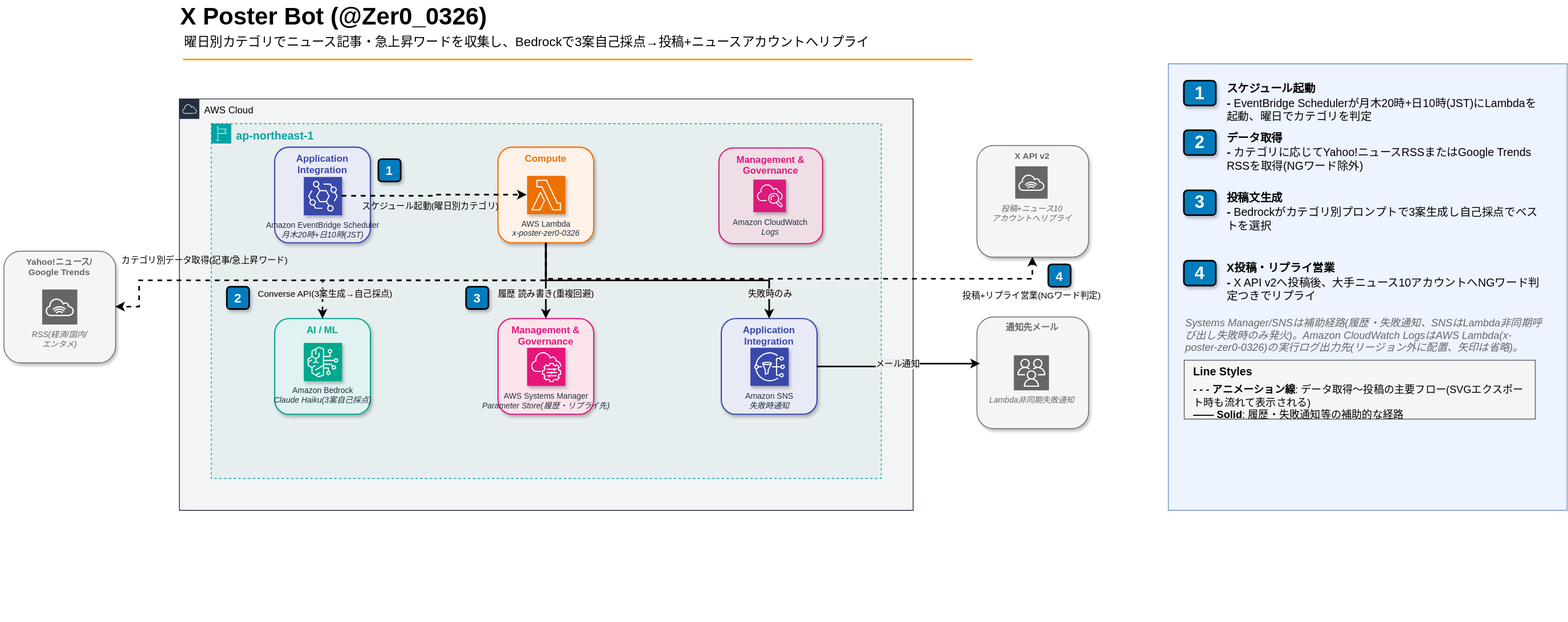
Before: 003_x-poster-zer0-0326/images/003_architecture_plugin.drawio.svg, a diagram exported from draw.io (Zer0-1179/Zer0-public). Source tidied: cells renumbered, new cells last; positions are measured from the earlier drawing's top-left corner, leaving out a move shared by most shapes.
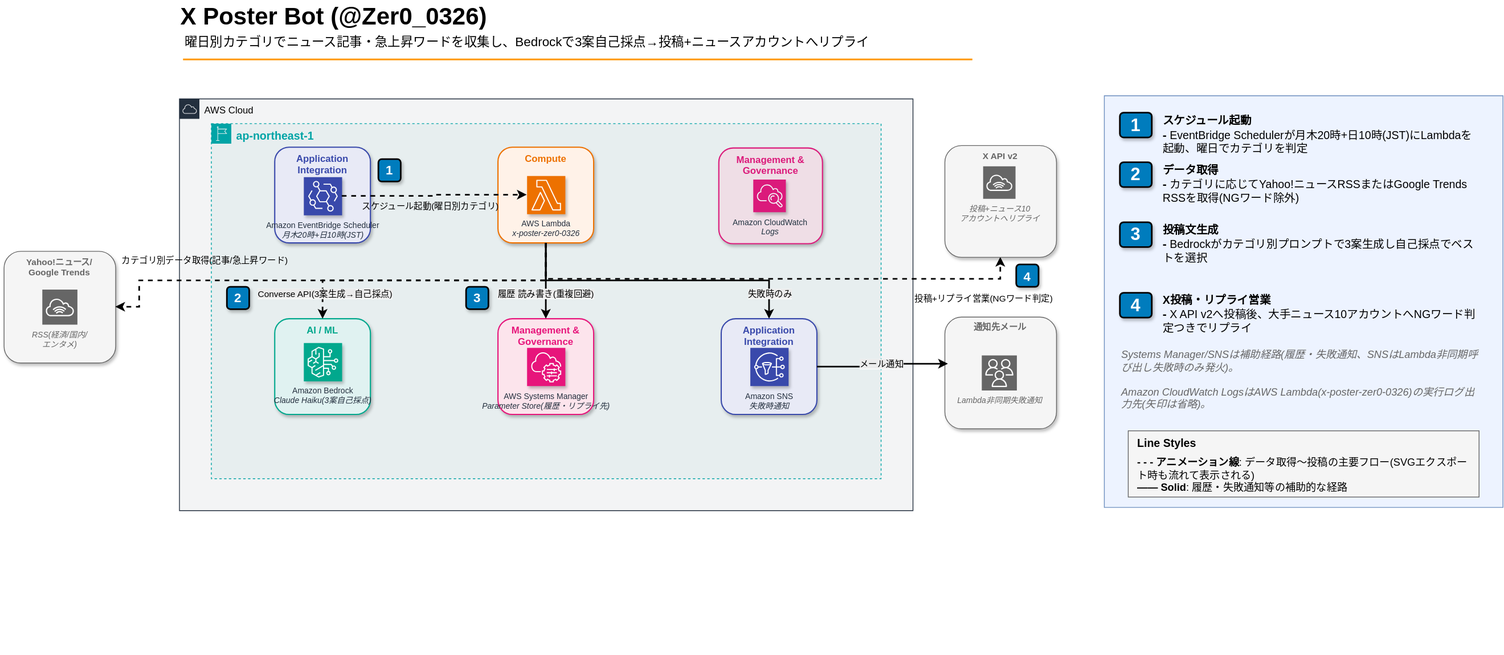
Later version of the same file.

Change to the diagram source:
```diff
@@ -63,7 +63,7 @@
       <mxGeometry x="48" y="48" width="44" height="44" as="geometry" />
     </mxCell>
     <mxCell id="22" value="通知先メール" style="fillColor=#f5f5f5;strokeColor=light-dark(#666666,#D4D4D4);rounded=1;whiteSpace=wrap;html=1;verticalAlign=top;fontStyle=1;fontSize=11;fontColor=#666666;fontFamily=Helvetica;shadow=1;strokeWidth=1;" parent="1" vertex="1">
-      <mxGeometry x="1220" y="397.5" width="140" height="140" as="geometry" />
+      <mxGeometry x="1180" y="397.5" width="140" height="140" as="geometry" />
     </mxCell>
     <mxCell id="23" value="&lt;div&gt;&lt;i&gt;Lambda非同期失敗通知&lt;/i&gt;&lt;/div&gt;" style="sketch=0;fontColor=#666666;fillColor=#666666;strokeColor=#ffffff;dashed=0;verticalLabelPosition=bottom;verticalAlign=top;align=center;html=1;fontSize=10;fontStyle=0;shape=mxgraph.aws4.resourceIcon;resIcon=mxgraph.aws4.users;fontFamily=Helvetica;" parent="22" vertex="1">
       <mxGeometry x="46.3" y="48" width="44" height="44" as="geometry" />
@@ -113,19 +113,19 @@
       </mxGeometry>
     </mxCell>
     <mxCell id="33" value="4" style="rounded=1;whiteSpace=wrap;html=1;fillColor=#007CBD;strokeColor=default;fontColor=#FFFFFF;fontStyle=1;fontSize=16;fontFamily=Helvetica;shadow=1;glass=0;strokeWidth=2;align=center;verticalAlign=middle;labelBackgroundColor=none;" parent="1" vertex="1">
-      <mxGeometry x="1310" y="332" width="28" height="28" as="geometry" />
+      <mxGeometry x="1270" y="332" width="28" height="28" as="geometry" />
     </mxCell>
     <mxCell id="34" style="edgeStyle=orthogonalEdgeStyle;rounded=0;jettySize=auto;html=1;fontFamily=Helvetica;exitX=0.5;exitY=1;exitDx=0;exitDy=0;entryX=0.5;entryY=1;entryDx=0;entryDy=0;dashed=1;flowAnimation=1;strokeWidth=2;" parent="1" edge="1" source="12" target="61">
       <mxGeometry relative="1" as="geometry">
         <Array as="points">
           <mxPoint x="680" y="350" />
-          <mxPoint x="1290" y="350" />
+          <mxPoint x="1250" y="350" />
         </Array>
       </mxGeometry>
     </mxCell>
     <mxCell id="35" value="投稿+リプライ営業(NGワード判定)" style="edgeLabel;html=1;align=center;verticalAlign=middle;fontSize=11;fontFamily=Helvetica;labelBackgroundColor=none;" parent="34" vertex="1">
       <mxGeometry x="-0.1" y="-12" relative="1" as="geometry">
-        <mxPoint x="346" y="8" as="offset" />
+        <mxPoint x="304" y="12" as="offset" />
       </mxGeometry>
     </mxCell>
     <mxCell id="36" style="edgeStyle=orthogonalEdgeStyle;rounded=0;jettySize=auto;html=1;fontFamily=Helvetica;exitX=0.5;exitY=1;exitDx=0;exitDy=0;entryX=0.5;entryY=0;entryDx=0;entryDy=0;strokeWidth=2;" parent="1" edge="1" source="12" target="16">
@@ -156,10 +156,10 @@
       <mxGeometry relative="1" as="geometry" />
     </mxCell>
     <mxCell id="41" style="group;" parent="1" vertex="1">
-      <mxGeometry x="1460" y="80" width="500" height="700" as="geometry" />
+      <mxGeometry x="1380" y="120" width="500" height="700" as="geometry" />
     </mxCell>
     <mxCell id="42" style="verticalLabelPosition=bottom;verticalAlign=top;html=1;shape=mxgraph.basic.rect;fillColor2=none;strokeWidth=1;size=20;indent=5;fillColor=light-dark(#EDF3FF,#305363);strokeColor=#6c8ebf;" parent="41" vertex="1">
-      <mxGeometry width="500" height="560" as="geometry" />
+      <mxGeometry width="500" height="516" as="geometry" />
     </mxCell>
     <mxCell id="43" style="group;" parent="41" vertex="1">
       <mxGeometry x="20" y="20" width="460" height="540" as="geometry" />
@@ -200,23 +200,20 @@
     <mxCell id="55" value="&lt;div&gt;&lt;b&gt;X投稿・リプライ営業&lt;/b&gt;&lt;/div&gt;&lt;div&gt;&lt;span style=&quot;color: light-dark(rgb(0,0,0), rgb(255,255,255));&quot;&gt;&lt;b&gt;&lt;font style=&quot;font-size: 15px;&quot;&gt;-&lt;/font&gt; &lt;/b&gt;X API v2へ投稿後、大手ニュース10アカウントへNGワード判定つきでリプライ&lt;/span&gt;&lt;/div&gt;" style="text;html=1;align=left;verticalAlign=top;spacingTop=-4;fontSize=14;labelBackgroundColor=none;whiteSpace=wrap;fontFamily=Helvetica;" parent="53" vertex="1">
       <mxGeometry x="52" width="398" height="62.2" as="geometry" />
     </mxCell>
-    <mxCell id="56" value="&lt;i&gt;Systems Manager/SNSは補助経路(履歴・失敗通知、SNSはLambda非同期呼び出し失敗時のみ発火)。Amazon CloudWatch LogsはAWS Lambda(x-poster-zer0-0326)の実行ログ出力先(リージョン外に配置、矢印は省略)。&lt;/i&gt;" style="text;html=1;align=left;verticalAlign=top;spacingTop=-4;fontSize=13;fontStyle=2;labelBackgroundColor=none;whiteSpace=wrap;fontFamily=Helvetica;fontColor=light-dark(#666666,#CCCCCC);" parent="43" vertex="1">
+    <mxCell id="56" value="&lt;i&gt;Systems Manager/SNSは補助経路(履歴・失敗通知、SNSはLambda非同期呼び出し失敗時のみ発火)。&lt;/i&gt;&lt;div&gt;&lt;i&gt;&lt;br&gt;&lt;/i&gt;&lt;/div&gt;&lt;div&gt;&lt;i&gt;Amazon CloudWatch LogsはAWS Lambda(x-poster-zer0-0326)の実行ログ出力先(矢印は省略)。&lt;/i&gt;&lt;/div&gt;" style="text;html=1;align=left;verticalAlign=top;spacingTop=-4;fontSize=13;fontStyle=2;labelBackgroundColor=none;whiteSpace=wrap;fontFamily=Helvetica;fontColor=light-dark(#666666,#CCCCCC);" parent="43" vertex="1">
       <mxGeometry y="294.5" width="450" height="49.1" as="geometry" />
     </mxCell>
-    <mxCell id="57" style="group;fontFamily=Helvetica;fillColor=light-dark(#F5F5F5,#29393B);strokeColor=#666666;" parent="43" vertex="1">
-      <mxGeometry y="351.8" width="440" height="73.6" as="geometry" />
+    <mxCell id="57" style="group;fontFamily=Helvetica;fillColor=light-dark(#F5F5F5,#29393B);strokeColor=#666666;" parent="41" vertex="1">
+      <mxGeometry x="30" y="420" width="440" height="83" as="geometry" />
     </mxCell>
-    <mxCell id="58" style="fillColor=light-dark(#F5F5F5,#29393B);strokeColor=#666666;rounded=0;whiteSpace=wrap;html=1;fontFamily=Helvetica;" parent="57" vertex="1">
-      <mxGeometry width="440" height="73.6" as="geometry" />
-    </mxCell>
     <mxCell id="59" value="Line Styles" style="text;html=1;align=left;verticalAlign=top;spacingTop=-4;fontSize=14;fontStyle=1;labelBackgroundColor=none;whiteSpace=wrap;fontFamily=Helvetica;" parent="57" vertex="1">
-      <mxGeometry x="10" y="4.1" width="200" height="20.5" as="geometry" />
+      <mxGeometry x="10" y="4.6" width="200" height="23.1" as="geometry" />
     </mxCell>
     <mxCell id="60" value="&lt;div&gt;&lt;b&gt;- - - アニメーション線&lt;/b&gt;: データ取得〜投稿の主要フロー(SVGエクスポート時も流れて表示される)&lt;/div&gt;&lt;div&gt;&lt;b&gt;—— Solid&lt;/b&gt;: 履歴・失敗通知等の補助的な経路&lt;/div&gt;" style="text;html=1;align=left;verticalAlign=top;spacingTop=-4;fontSize=13;labelBackgroundColor=none;whiteSpace=wrap;fontFamily=Helvetica;" parent="57" vertex="1">
-      <mxGeometry x="10" y="26.2" width="420" height="40.9" as="geometry" />
+      <mxGeometry x="10" y="29.5" width="420" height="46.1" as="geometry" />
     </mxCell>
     <mxCell id="61" value="X API v2" style="fillColor=#f5f5f5;strokeColor=light-dark(#666666,#D4D4D4);rounded=1;whiteSpace=wrap;html=1;verticalAlign=top;fontStyle=1;fontSize=11;fontColor=#666666;fontFamily=Helvetica;shadow=1;strokeWidth=1;" parent="1" vertex="1">
-      <mxGeometry x="1220" y="182.5" width="140" height="140" as="geometry" />
+      <mxGeometry x="1180" y="182.5" width="140" height="140" as="geometry" />
     </mxCell>
     <mxCell id="62" value="&lt;div&gt;&lt;i&gt;投稿+ニュース10&lt;/i&gt;&lt;/div&gt;&lt;div&gt;&lt;i&gt;アカウントへリプライ&lt;/i&gt;&lt;/div&gt;" style="sketch=0;fontColor=#666666;fillColor=#666666;strokeColor=#ffffff;dashed=0;verticalLabelPosition=bottom;verticalAlign=top;align=center;html=1;fontSize=10;fontStyle=0;shape=mxgraph.aws4.resourceIcon;resIcon=mxgraph.aws4.internet_alt1;fontFamily=Helvetica;" parent="61" vertex="1">
       <mxGeometry x="48" y="26" width="40.6" height="40.6" as="geometry" />
```
